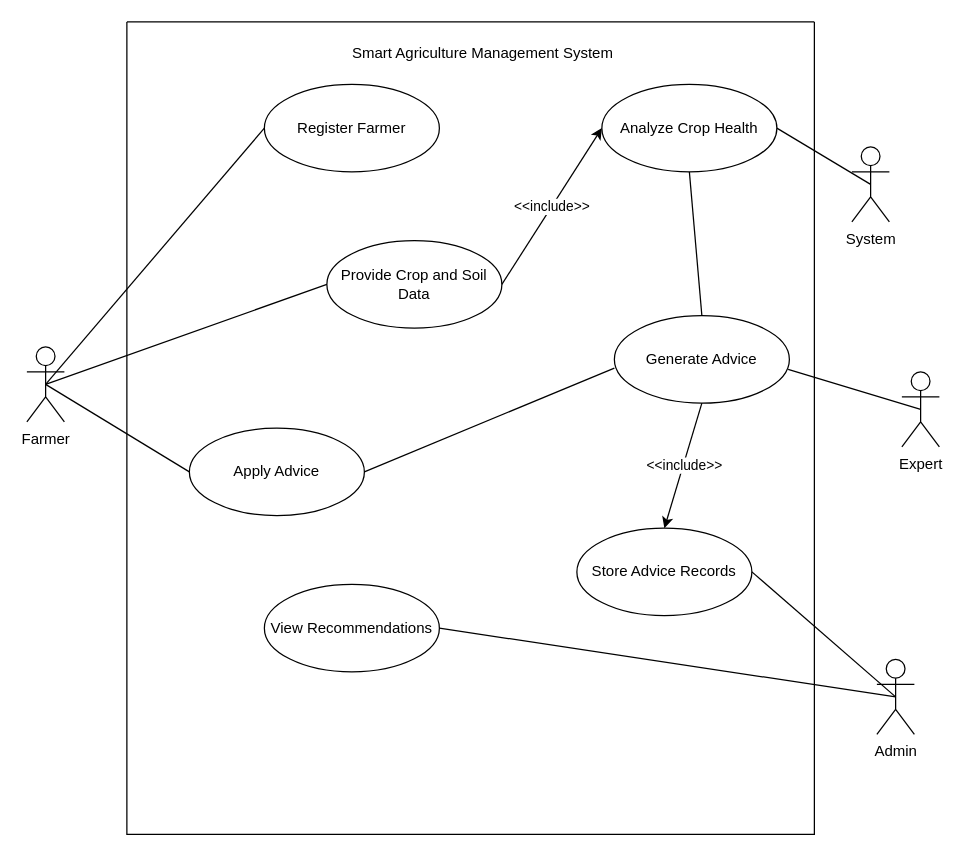
Before: UseCase.drawio in Harshadeep73/Case-Study, a draw.io diagram. Source tidied: cells renumbered, new cells numbered last; positions are measured from the earlier drawing's top-left corner, leaving out a move shared by most shapes. Both pictures are drawn from the tidied source at 125%, with x=0, y=0 at pixel (26, 21).
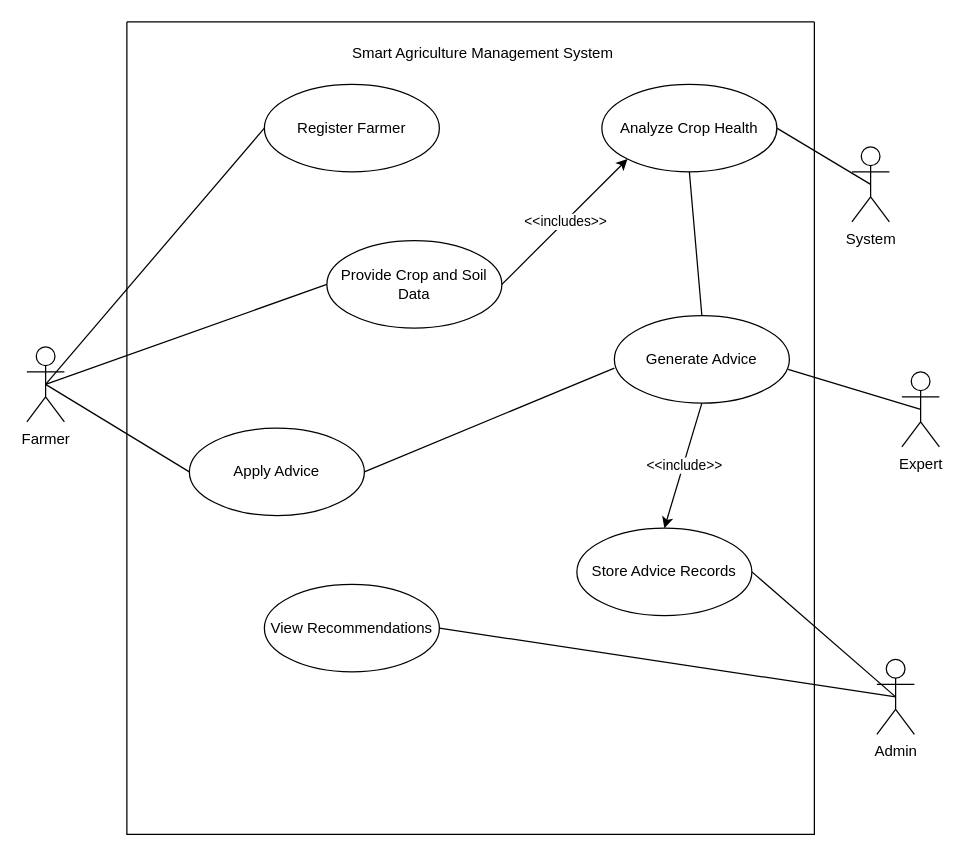
The same diagram, later.

The change refers to these unchanged cells:
```xml
<mxCell id="6" style="swimlane;startSize=0;" parent="1" vertex="1">
  <mxGeometry x="80" width="550" height="650" as="geometry" />
</mxCell>
<mxCell id="8" value="Provide Crop and Soil Data" style="ellipse;whiteSpace=wrap;html=1;" parent="6" vertex="1">
  <mxGeometry x="160" y="175" width="140" height="70" as="geometry" />
</mxCell>
<mxCell id="13" value="Analyze Crop Health" style="ellipse;whiteSpace=wrap;html=1;" parent="6" vertex="1">
  <mxGeometry x="380" y="50" width="140" height="70" as="geometry" />
</mxCell>
```

Change to the diagram source:
```diff
@@
-    <mxCell id="19" style="endArrow=classic;html=1;rounded=0;exitX=1;exitY=0.5;exitDx=0;exitDy=0;entryX=0;entryY=0.5;entryDx=0;entryDy=0;" parent="6" edge="1" source="8" target="13">
+    <mxCell id="19" style="endArrow=classic;html=1;rounded=0;exitX=1;exitY=0.5;exitDx=0;exitDy=0;entryX=0;entryY=1;entryDx=0;entryDy=0;" parent="6" edge="1" source="8" target="13">
       <mxGeometry relative="1" as="geometry" />
     </mxCell>
-    <mxCell id="20" value="&amp;lt;&amp;lt;include&amp;gt;&amp;gt;" style="edgeLabel;html=1;align=center;verticalAlign=middle;" parent="19" vertex="1">
-      <mxGeometry relative="1" as="geometry" />
-    </mxCell>
+    <mxCell id="28" value="&amp;lt;&amp;lt;includes&amp;gt;&amp;gt;" style="edgeLabel;html=1;align=center;verticalAlign=middle;" parent="19" vertex="1">
+      <mxGeometry relative="1" as="geometry" />
+    </mxCell>
```
